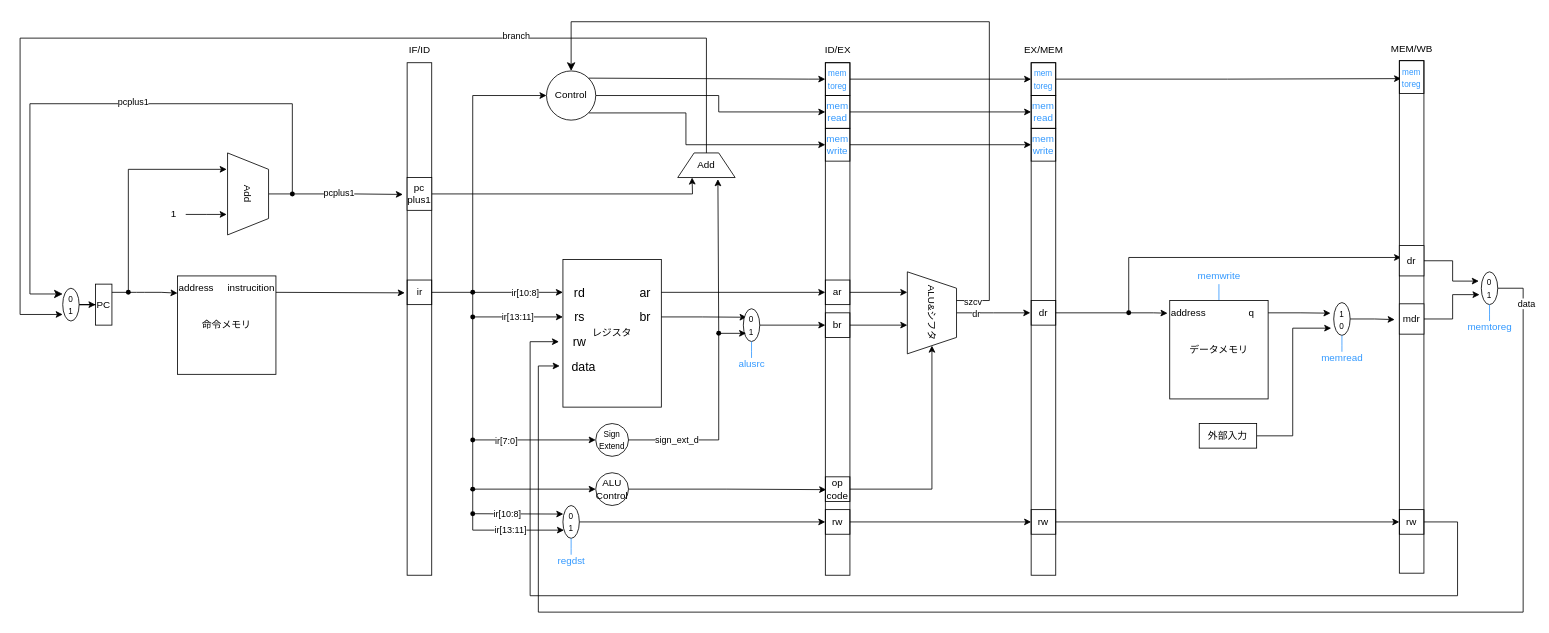
Earlier version of the draw.io diagram Screenshots/名称未設定ファイル.drawio (HirokiYasuda03/Quartus). Source tidied: cells renumbered, new cells numbered last; positions are measured from the earlier drawing's top-left corner, leaving out a move shared by most shapes. Both pictures are drawn from the tidied source at 82%, with x=0, y=0 at pixel (20, 21).
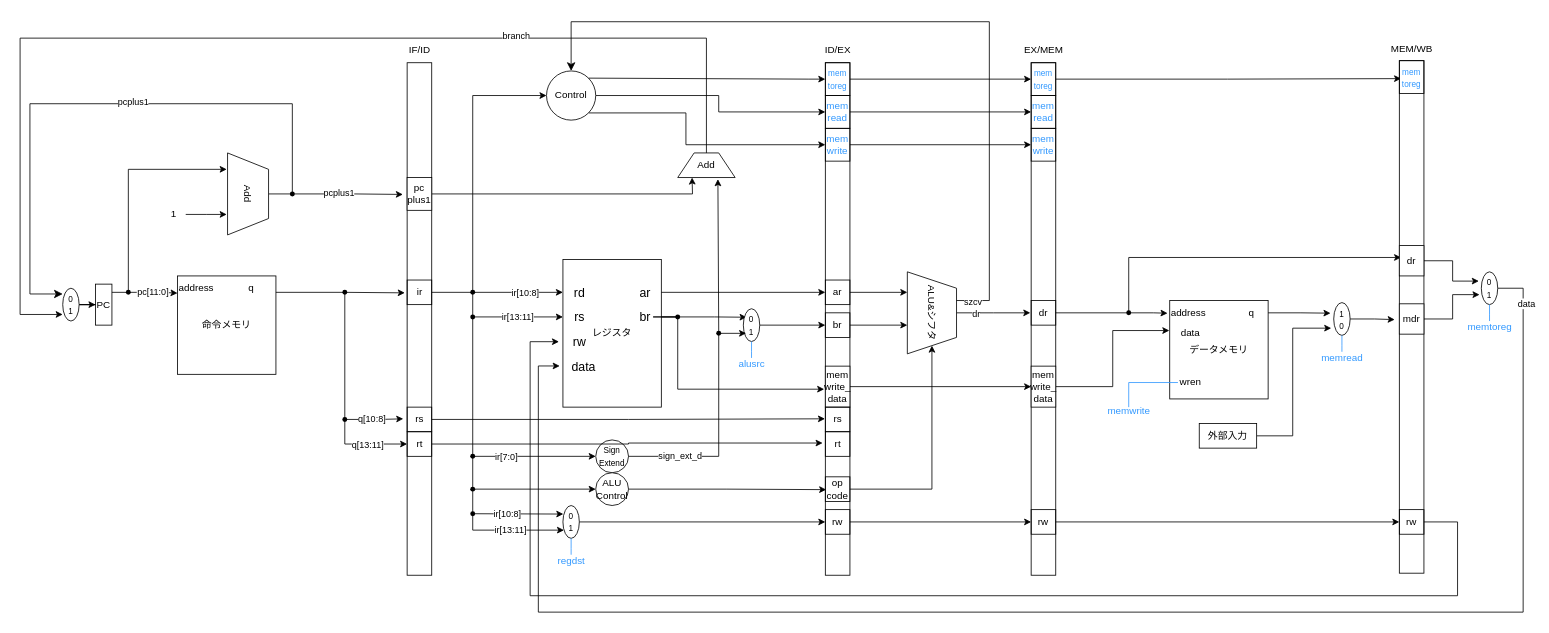
After the change.

Commit message:
名称未設定ファイル.drawio を更新します

Unchanged cells that the change refers to:
```xml
<mxCell id="3" value="命令メモリ" style="whiteSpace=wrap;html=1;" parent="1" vertex="1">
  <mxGeometry x="192" y="310" width="120" height="120" as="geometry" />
</mxCell>
<mxCell id="7" style="rounded=0;whiteSpace=wrap;html=1;" parent="1" vertex="1">
  <mxGeometry x="472" y="50" width="30" height="625" as="geometry" />
</mxCell>
<mxCell id="12" style="shape=waypoint;sketch=0;fillStyle=solid;size=6;points=[];fillColor=none;perimeter=centerPerimeter;snapToPoint=1;" parent="1" vertex="1">
  <mxGeometry x="122" y="320" width="20" height="20" as="geometry" />
</mxCell>
<mxCell id="31" style="shape=waypoint;sketch=0;fillStyle=solid;size=6;points=[];fillColor=none;perimeter=centerPerimeter;snapToPoint=1;" parent="1" vertex="1">
  <mxGeometry x="542" y="320" width="20" height="20" as="geometry" />
</mxCell>
<mxCell id="42" style="shape=waypoint;sketch=0;fillStyle=solid;size=6;points=[];fillColor=none;perimeter=centerPerimeter;snapToPoint=1;" parent="1" vertex="1">
  <mxGeometry x="542" y="590" width="20" height="20" as="geometry" />
</mxCell>
<mxCell id="50" style="rounded=0;whiteSpace=wrap;html=1;" parent="1" vertex="1">
  <mxGeometry x="982" y="50" width="30" height="625" as="geometry" />
</mxCell>
<mxCell id="54" value="&lt;font style=&quot;font-size: 15px;&quot;&gt;br&lt;/font&gt;" style="text;html=1;align=center;verticalAlign=middle;points=[];strokeColor=none;fillColor=none;" parent="1" vertex="1">
  <mxGeometry x="742" y="345" width="40" height="30" as="geometry" />
</mxCell>
<mxCell id="56" value="&lt;font size=&quot;1&quot;&gt;0&lt;br&gt;1&lt;br&gt;&lt;/font&gt;" style="ellipse;whiteSpace=wrap;html=1;" parent="1" vertex="1">
  <mxGeometry x="882" y="350" width="20" height="40" as="geometry" />
</mxCell>
<mxCell id="102" value="データメモリ" style="whiteSpace=wrap;html=1;" parent="1" vertex="1">
  <mxGeometry x="1402" y="340" width="120" height="120" as="geometry" />
</mxCell>
```

Change to the diagram source:
```diff
@@
-    <mxCell id="4" style="endArrow=classic;html=1;rounded=0;entryX=0;entryY=0.175;entryDx=0;entryDy=0;entryPerimeter=0;" parent="1" edge="1" source="12" target="3">
+    <mxCell id="4" value="pc[11:0]" style="endArrow=classic;html=1;rounded=0;entryX=0;entryY=0.175;entryDx=0;entryDy=0;entryPerimeter=0;" parent="1" edge="1" source="12" target="3">
       <mxGeometry relative="1" as="geometry">
         <Array as="points">
           <mxPoint x="142" y="330" />
           <mxPoint x="152" y="330" />
           <mxPoint x="172" y="330" />
         </Array>
       </mxGeometry>
     </mxCell>
@@
-    <mxCell id="6" value="instrucition" style="text;html=1;strokeColor=none;fillColor=none;align=center;verticalAlign=middle;whiteSpace=wrap;rounded=0;" parent="1" vertex="1">
+    <mxCell id="6" value="q" style="text;html=1;strokeColor=none;fillColor=none;align=center;verticalAlign=middle;whiteSpace=wrap;rounded=0;" parent="1" vertex="1">
       <mxGeometry x="252" y="310" width="60" height="30" as="geometry" />
     </mxCell>
@@
-    <mxCell id="8" style="endArrow=classic;html=1;rounded=0;entryX=-0.095;entryY=0.449;entryDx=0;entryDy=0;entryPerimeter=0;" parent="1" edge="1" target="7">
-      <mxGeometry relative="1" as="geometry">
-        <mxPoint x="312" y="330" as="sourcePoint" />
-      </mxGeometry>
+    <mxCell id="8" style="endArrow=classic;html=1;rounded=0;entryX=-0.095;entryY=0.449;entryDx=0;entryDy=0;entryPerimeter=0;" parent="1" edge="1" source="157" target="7">
+      <mxGeometry relative="1" as="geometry" />
     </mxCell>
@@
     <mxCell id="35" value="&lt;font style=&quot;font-size: 10px;&quot;&gt;Sign&lt;br&gt;Extend&lt;/font&gt;" style="ellipse;whiteSpace=wrap;html=1;" parent="1" vertex="1">
-      <mxGeometry x="702" y="490" width="40" height="40" as="geometry" />
+      <mxGeometry x="702" y="510" width="40" height="40" as="geometry" />
     </mxCell>
@@
-    <mxCell id="40" style="edgeStyle=orthogonalEdgeStyle;rounded=0;jettySize=auto;html=1;entryDx=0;entryDy=0;entryPerimeter=0;endArrow=none;endFill=0;" parent="1" edge="1" source="31" target="42">
+    <mxCell id="40" style="edgeStyle=orthogonalEdgeStyle;rounded=0;jettySize=auto;html=1;entryDx=0;entryDy=0;entryPerimeter=0;endArrow=none;endFill=0;" parent="1" edge="1" source="47" target="42">
       <mxGeometry relative="1" as="geometry" />
     </mxCell>
@@
     <mxCell id="45" style="edgeStyle=orthogonalEdgeStyle;rounded=0;jettySize=auto;html=1;entryX=0;entryY=0.5;entryDx=0;entryDy=0;" parent="1" edge="1" source="47" target="35">
-      <mxGeometry relative="1" as="geometry" />
+      <mxGeometry relative="1" as="geometry">
+        <Array as="points">
+          <mxPoint x="552" y="530" />
+        </Array>
+      </mxGeometry>
     </mxCell>
@@
-    <mxCell id="47" style="shape=waypoint;sketch=0;fillStyle=solid;size=6;points=[];fillColor=none;perimeter=centerPerimeter;snapToPoint=1;" parent="1" vertex="1">
-      <mxGeometry x="542" y="500" width="20" height="20" as="geometry" />
-    </mxCell>
@@
-    <mxCell id="53" style="edgeStyle=orthogonalEdgeStyle;rounded=0;jettySize=auto;html=1;entryX=0.2;entryY=0.26;entryDx=0;entryDy=0;entryPerimeter=0;" parent="1" edge="1" source="54" target="56">
+    <mxCell id="53" style="edgeStyle=orthogonalEdgeStyle;rounded=0;jettySize=auto;html=1;entryX=0.2;entryY=0.26;entryDx=0;entryDy=0;entryPerimeter=0;" parent="1" edge="1" source="142" target="56">
       <mxGeometry relative="1" as="geometry" />
     </mxCell>
@@
-    <mxCell id="101" style="edgeStyle=orthogonalEdgeStyle;rounded=0;jettySize=auto;html=1;strokeColor=#3399FF;endArrow=none;endFill=0;" parent="1" edge="1" source="102">
-      <mxGeometry relative="1" as="geometry">
-        <mxPoint x="1462" y="320" as="targetPoint" />
-      </mxGeometry>
-    </mxCell>
@@
     <mxCell id="106" value="&lt;font color=&quot;#3399ff&quot;&gt;memwrite&lt;/font&gt;" style="text;html=1;align=center;verticalAlign=middle;strokeColor=none;fillColor=none;" parent="1" vertex="1">
-      <mxGeometry x="1422" y="295" width="80" height="30" as="geometry" />
+      <mxGeometry x="1312" y="460" width="80" height="30" as="geometry" />
     </mxCell>
@@
+    <mxCell id="140" style="edgeStyle=orthogonalEdgeStyle;rounded=0;jettySize=auto;html=1;entryDx=0;entryDy=0;entryPerimeter=0;endArrow=none;endFill=0;" parent="1" edge="1" source="54" target="142">
+      <mxGeometry relative="1" as="geometry" />
+    </mxCell>
+    <mxCell id="141" style="edgeStyle=orthogonalEdgeStyle;rounded=0;jettySize=auto;html=1;entryX=-0.046;entryY=0.637;entryDx=0;entryDy=0;entryPerimeter=0;" parent="1" edge="1" source="142" target="50">
+      <mxGeometry relative="1" as="geometry">
+        <Array as="points">
+          <mxPoint x="802" y="448" />
+        </Array>
+      </mxGeometry>
+    </mxCell>
+    <mxCell id="142" style="shape=waypoint;sketch=0;fillStyle=solid;size=6;points=[];fillColor=none;perimeter=centerPerimeter;snapToPoint=1;" parent="1" vertex="1">
+      <mxGeometry x="792" y="350" width="20" height="20" as="geometry" />
+    </mxCell>
+    <mxCell id="143" style="edgeStyle=orthogonalEdgeStyle;rounded=0;jettySize=auto;html=1;" parent="1" edge="1" source="144" target="146">
+      <mxGeometry relative="1" as="geometry" />
+    </mxCell>
+    <mxCell id="144" value="mem&lt;br&gt;write_&lt;br&gt;data" style="rounded=0;whiteSpace=wrap;html=1;" parent="1" vertex="1">
+      <mxGeometry x="982" y="420" width="30" height="50" as="geometry" />
+    </mxCell>
+    <mxCell id="145" style="edgeStyle=orthogonalEdgeStyle;rounded=0;jettySize=auto;html=1;entryX=-0.009;entryY=0.387;entryDx=0;entryDy=0;entryPerimeter=0;" parent="1" edge="1" source="146" target="147">
+      <mxGeometry relative="1" as="geometry" />
+    </mxCell>
+    <mxCell id="146" value="mem&lt;br&gt;write_&lt;br&gt;data" style="rounded=0;whiteSpace=wrap;html=1;" parent="1" vertex="1">
+      <mxGeometry x="1233" y="420" width="30" height="50" as="geometry" />
+    </mxCell>
+    <mxCell id="147" value="data" style="text;html=1;align=center;verticalAlign=middle;points=[];strokeColor=none;fillColor=none;" parent="1" vertex="1">
+      <mxGeometry x="1402" y="365" width="50" height="30" as="geometry" />
+    </mxCell>
+    <mxCell id="148" value="wren" style="text;html=1;align=center;verticalAlign=middle;points=[];strokeColor=none;fillColor=none;" parent="1" vertex="1">
+      <mxGeometry x="1402" y="425" width="50" height="30" as="geometry" />
+    </mxCell>
+    <mxCell id="149" style="endArrow=none;html=1;rounded=0;entryX=0.2;entryY=0.5;entryDx=0;entryDy=0;entryPerimeter=0;strokeColor=#3399FF;" parent="1" edge="1" target="148">
+      <mxGeometry relative="1" as="geometry">
+        <mxPoint x="1352" y="470" as="sourcePoint" />
+        <Array as="points">
+          <mxPoint x="1352" y="440" />
+        </Array>
+      </mxGeometry>
+    </mxCell>
+    <mxCell id="150" style="edgeStyle=orthogonalEdgeStyle;rounded=0;jettySize=auto;html=1;entryX=-0.014;entryY=0.475;entryDx=0;entryDy=0;entryPerimeter=0;" parent="1" edge="1" source="151" target="159">
+      <mxGeometry relative="1" as="geometry" />
+    </mxCell>
+    <mxCell id="151" value="rs" style="text;html=1;align=center;verticalAlign=middle;points=[];strokeColor=default;fillColor=none;" parent="1" vertex="1">
+      <mxGeometry x="472" y="470" width="30" height="30" as="geometry" />
+    </mxCell>
+    <mxCell id="152" style="edgeStyle=orthogonalEdgeStyle;rounded=0;jettySize=auto;html=1;entryX=-0.11;entryY=0.459;entryDx=0;entryDy=0;entryPerimeter=0;" parent="1" edge="1" source="153" target="158">
+      <mxGeometry relative="1" as="geometry" />
+    </mxCell>
+    <mxCell id="153" value="rt" style="text;html=1;align=center;verticalAlign=middle;points=[];strokeColor=default;fillColor=none;" parent="1" vertex="1">
+      <mxGeometry x="472" y="500" width="30" height="30" as="geometry" />
+    </mxCell>
+    <mxCell id="154" style="endArrow=none;html=1;rounded=0;entryDx=0;entryDy=0;entryPerimeter=0;endFill=0;" parent="1" edge="1" target="157">
+      <mxGeometry relative="1" as="geometry">
+        <mxPoint x="312" y="330" as="sourcePoint" />
+      </mxGeometry>
+    </mxCell>
+    <mxCell id="155" style="edgeStyle=orthogonalEdgeStyle;rounded=0;jettySize=auto;html=1;" parent="1" edge="1" source="164">
+      <mxGeometry relative="1" as="geometry">
+        <mxPoint x="472" y="515" as="targetPoint" />
+        <Array as="points">
+          <mxPoint x="396" y="515" />
+          <mxPoint x="471" y="515" />
+        </Array>
+      </mxGeometry>
+    </mxCell>
+    <mxCell id="156" value="q[13:11]" style="edgeLabel;html=1;align=center;verticalAlign=middle;" parent="155" vertex="1">
+      <mxGeometry x="0.52" y="3" relative="1" as="geometry">
+        <mxPoint x="-24" y="3" as="offset" />
+      </mxGeometry>
+    </mxCell>
+    <mxCell id="157" style="shape=waypoint;sketch=0;fillStyle=solid;size=6;points=[];fillColor=none;perimeter=centerPerimeter;snapToPoint=1;" parent="1" vertex="1">
+      <mxGeometry x="386" y="320" width="20" height="20" as="geometry" />
+    </mxCell>
+    <mxCell id="158" value="rt" style="text;html=1;align=center;verticalAlign=middle;points=[];strokeColor=default;fillColor=none;" parent="1" vertex="1">
+      <mxGeometry x="982" y="500" width="30" height="30" as="geometry" />
+    </mxCell>
+    <mxCell id="159" value="rs" style="text;html=1;align=center;verticalAlign=middle;points=[];strokeColor=default;fillColor=none;" parent="1" vertex="1">
+      <mxGeometry x="982" y="470" width="30" height="30" as="geometry" />
+    </mxCell>
+    <mxCell id="160" style="edgeStyle=orthogonalEdgeStyle;rounded=0;jettySize=auto;html=1;entryDx=0;entryDy=0;entryPerimeter=0;endArrow=none;endFill=0;" parent="1" edge="1" source="31" target="47">
+      <mxGeometry relative="1" as="geometry" />
+    </mxCell>
+    <mxCell id="47" style="shape=waypoint;sketch=0;fillStyle=solid;size=6;points=[];fillColor=none;perimeter=centerPerimeter;snapToPoint=1;" parent="1" vertex="1">
+      <mxGeometry x="542" y="520" width="20" height="20" as="geometry" />
+    </mxCell>
+    <mxCell id="161" style="edgeStyle=orthogonalEdgeStyle;rounded=0;jettySize=auto;html=1;endArrow=none;endFill=0;" parent="1" edge="1" source="157" target="164">
+      <mxGeometry relative="1" as="geometry" />
+    </mxCell>
+    <mxCell id="162" style="edgeStyle=orthogonalEdgeStyle;rounded=0;jettySize=auto;html=1;entryX=-0.157;entryY=0.475;entryDx=0;entryDy=0;entryPerimeter=0;" parent="1" edge="1" source="164" target="151">
+      <mxGeometry relative="1" as="geometry" />
+    </mxCell>
+    <mxCell id="163" value="q[10:8]" style="edgeLabel;html=1;align=center;verticalAlign=middle;" parent="162" vertex="1">
+      <mxGeometry x="-0.1" y="1" relative="1" as="geometry" />
+    </mxCell>
+    <mxCell id="164" style="shape=waypoint;sketch=0;fillStyle=solid;size=6;points=[];fillColor=none;perimeter=centerPerimeter;snapToPoint=1;" parent="1" vertex="1">
+      <mxGeometry x="386" y="475" width="20" height="20" as="geometry" />
+    </mxCell>
```
